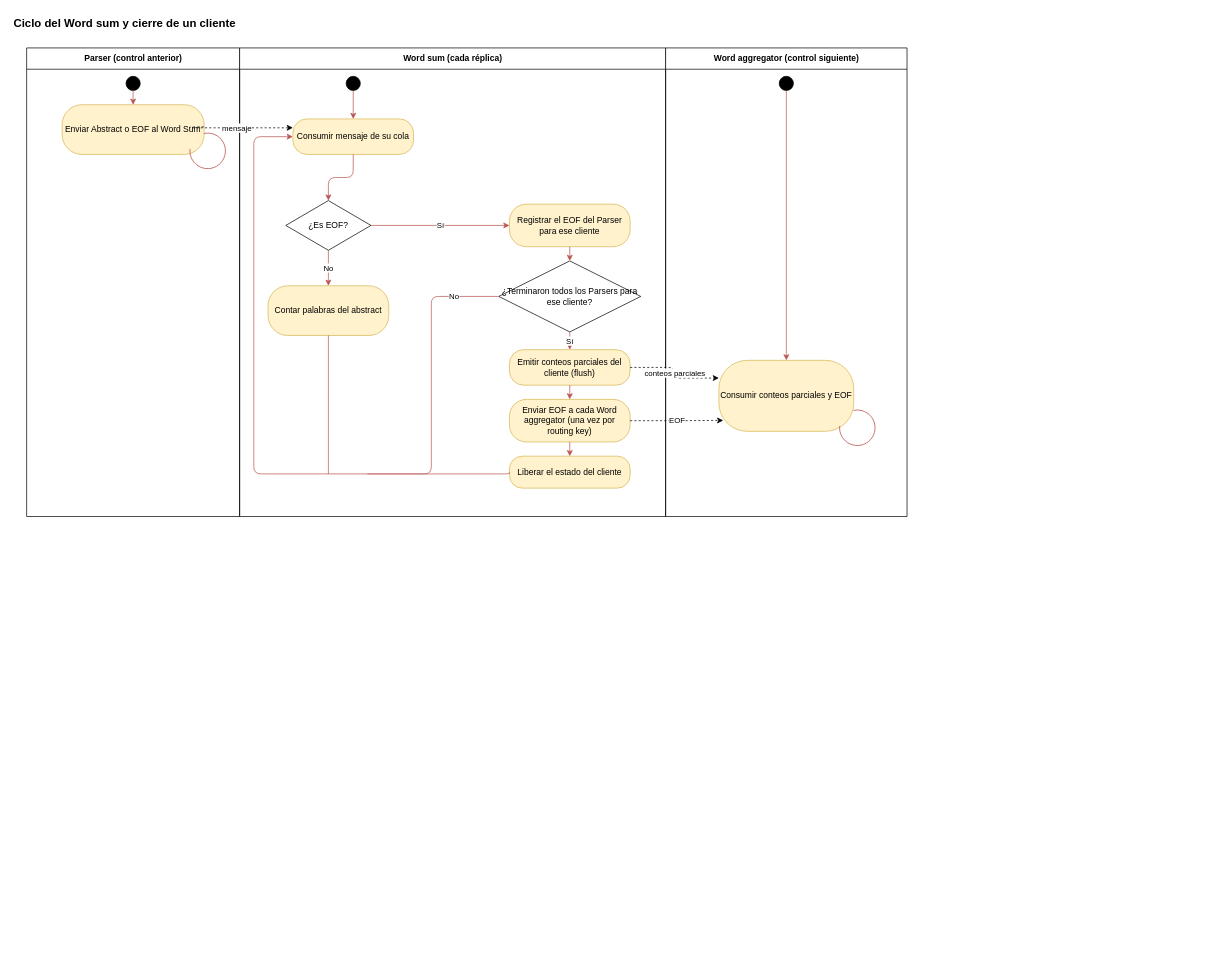
This is diseño/diagramas/actividades.drawio from LuccaMarino/tp-grupal_Distribuidos, a draw.io file, before an edit. Source tidied: cells renumbered, new cells numbered last; positions are measured from the earlier drawing's top-left corner, leaving out a move shared by most shapes. Both pictures are drawn from the tidied source at 71%, with x=0, y=0 at pixel (12, 12).
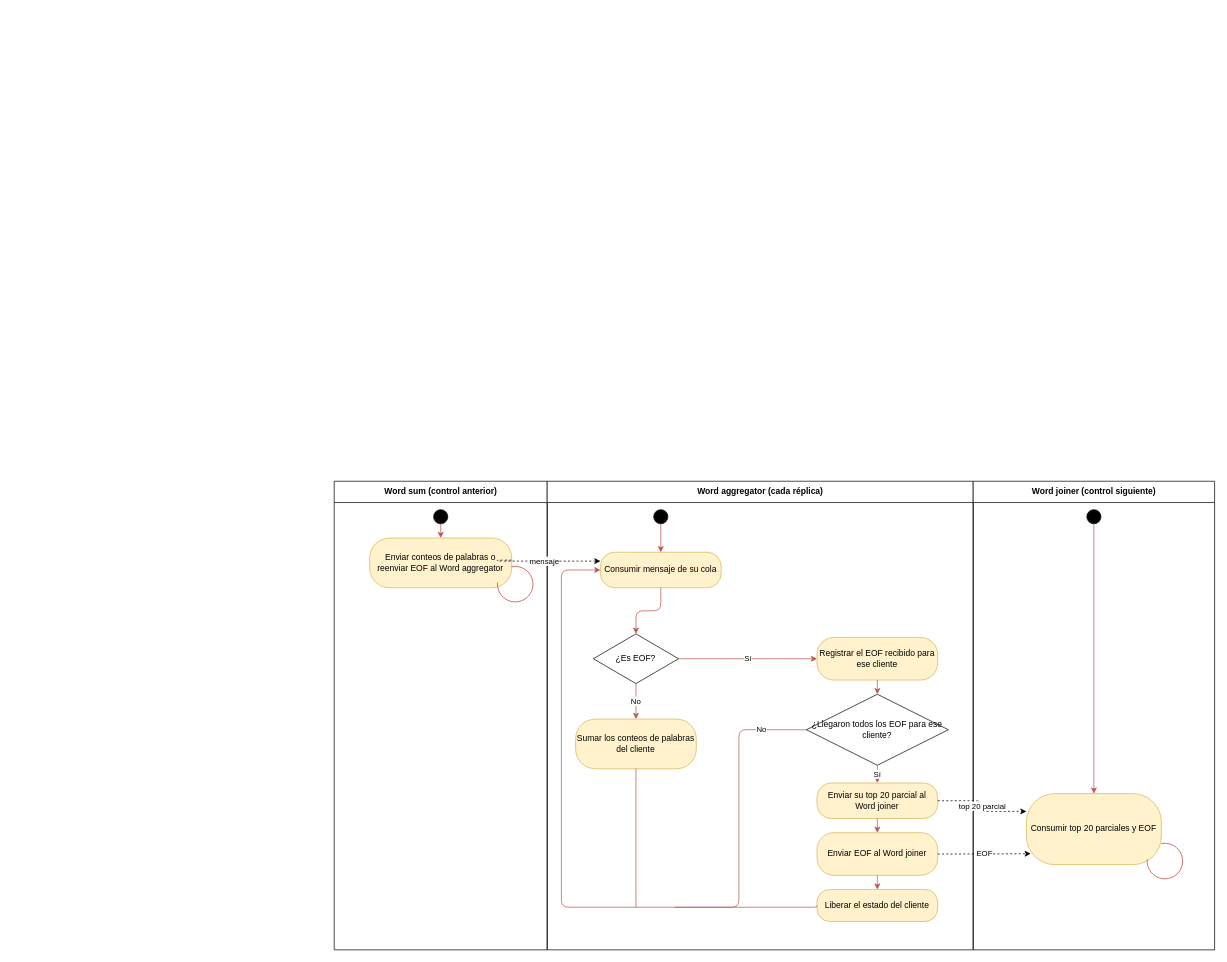
After the change.

Change to the diagram source:
```diff
@@
-    <mxCell id="2" value="Ciclo del Word sum y cierre de un cliente" style="text;html=1;align=left;verticalAlign=middle;fontSize=16;fontStyle=1;" parent="1" vertex="1">
-      <mxGeometry width="1000" height="30" as="geometry" />
-    </mxCell>
-    <mxCell id="3" value="Parser (control anterior)" style="swimlane;html=1;startSize=30;fontStyle=1;" parent="1" vertex="1">
-      <mxGeometry x="20" y="50" width="300" height="660" as="geometry" />
-    </mxCell>
+    <mxCell id="37" value="Word sum (control anterior)" style="swimlane;html=1;startSize=30;fontStyle=1;" parent="1" vertex="1">
+      <mxGeometry x="453.2" y="660.3" width="300" height="660" as="geometry" />
+    </mxCell>
-    <mxCell id="4" style="ellipse;fillColor=#000000;strokeColor=#000000;html=1;" parent="3" vertex="1">
+    <mxCell id="4" style="ellipse;fillColor=#000000;strokeColor=#000000;html=1;" parent="37" vertex="1">
       <mxGeometry x="140" y="40" width="20" height="20" as="geometry" />
     </mxCell>
-    <mxCell id="5" value="Enviar Abstract o EOF al Word Sum" style="rounded=1;arcSize=40;whiteSpace=wrap;html=1;fillColor=#fff2cc;strokeColor=#d6b656;" parent="3" vertex="1">
-      <mxGeometry x="50" y="80" width="200" height="70" as="geometry" />
-    </mxCell>
+    <mxCell id="38" value="Enviar conteos de palabras o reenviar EOF al Word aggregator" style="rounded=1;arcSize=40;whiteSpace=wrap;html=1;fillColor=#fff2cc;strokeColor=#d6b656;" parent="37" vertex="1">
+      <mxGeometry x="50" y="80" width="200" height="70" as="geometry" />
+    </mxCell>
-    <mxCell id="6" style="shape=mxgraph.basic.arc;html=1;startAngle=0.3;endAngle=0.1;endArrow=classic;endFill=1;rotation=-120;strokeColor=#b85450;" parent="3" vertex="1">
+    <mxCell id="6" style="shape=mxgraph.basic.arc;html=1;startAngle=0.3;endAngle=0.1;endArrow=classic;endFill=1;rotation=-120;strokeColor=#b85450;" parent="37" vertex="1">
       <mxGeometry x="230" y="120" width="50" height="50" as="geometry" />
     </mxCell>
-    <mxCell id="7" value="Word sum (cada réplica)" style="swimlane;html=1;startSize=30;fontStyle=1;" parent="1" vertex="1">
-      <mxGeometry x="320" y="50" width="600" height="660" as="geometry" />
-    </mxCell>
+    <mxCell id="39" value="Word aggregator (cada réplica)" style="swimlane;html=1;startSize=30;fontStyle=1;" parent="1" vertex="1">
+      <mxGeometry x="753.2" y="660.3" width="600" height="660" as="geometry" />
+    </mxCell>
-    <mxCell id="8" value="Consumir mensaje de su cola" style="rounded=1;arcSize=40;whiteSpace=wrap;html=1;fillColor=#fff2cc;strokeColor=#d6b656;" parent="7" vertex="1">
+    <mxCell id="8" value="Consumir mensaje de su cola" style="rounded=1;arcSize=40;whiteSpace=wrap;html=1;fillColor=#fff2cc;strokeColor=#d6b656;" parent="39" vertex="1">
       <mxGeometry x="75" y="100" width="170" height="50" as="geometry" />
     </mxCell>
-    <mxCell id="9" value="¿Es EOF?" style="rhombus;whiteSpace=wrap;html=1;fillColor=#ffffff;" parent="7" vertex="1">
+    <mxCell id="9" value="¿Es EOF?" style="rhombus;whiteSpace=wrap;html=1;fillColor=#ffffff;" parent="39" vertex="1">
       <mxGeometry x="65" y="215" width="120" height="70" as="geometry" />
     </mxCell>
-    <mxCell id="10" value="Contar palabras del abstract" style="rounded=1;arcSize=40;whiteSpace=wrap;html=1;fillColor=#fff2cc;strokeColor=#d6b656;" parent="7" vertex="1">
-      <mxGeometry x="40" y="335" width="170" height="70" as="geometry" />
-    </mxCell>
-    <mxCell id="11" value="Registrar el EOF del Parser para ese cliente" style="rounded=1;arcSize=40;whiteSpace=wrap;html=1;fillColor=#fff2cc;strokeColor=#d6b656;" parent="7" vertex="1">
-      <mxGeometry x="380" y="220" width="170" height="60" as="geometry" />
-    </mxCell>
-    <mxCell id="12" value="¿Terminaron todos los Parsers para ese cliente?" style="rhombus;whiteSpace=wrap;html=1;fillColor=#ffffff;" parent="7" vertex="1">
-      <mxGeometry x="365" y="300" width="200" height="100" as="geometry" />
-    </mxCell>
-    <mxCell id="13" value="Emitir conteos parciales del cliente (flush)" style="rounded=1;arcSize=40;whiteSpace=wrap;html=1;fillColor=#fff2cc;strokeColor=#d6b656;" parent="7" vertex="1">
-      <mxGeometry x="380" y="425" width="170" height="50" as="geometry" />
-    </mxCell>
-    <mxCell id="14" value="Enviar EOF a cada Word aggregator (una vez por routing key)" style="rounded=1;arcSize=40;whiteSpace=wrap;html=1;fillColor=#fff2cc;strokeColor=#d6b656;" parent="7" vertex="1">
-      <mxGeometry x="380" y="495" width="170" height="60" as="geometry" />
-    </mxCell>
+    <mxCell id="40" value="Sumar los conteos de palabras del cliente" style="rounded=1;arcSize=40;whiteSpace=wrap;html=1;fillColor=#fff2cc;strokeColor=#d6b656;" parent="39" vertex="1">
+      <mxGeometry x="40" y="335" width="170" height="70" as="geometry" />
+    </mxCell>
+    <mxCell id="41" value="Registrar el EOF recibido para ese cliente" style="rounded=1;arcSize=40;whiteSpace=wrap;html=1;fillColor=#fff2cc;strokeColor=#d6b656;" parent="39" vertex="1">
+      <mxGeometry x="380" y="220" width="170" height="60" as="geometry" />
+    </mxCell>
+    <mxCell id="42" value="¿Llegaron todos los EOF para ese cliente?" style="rhombus;whiteSpace=wrap;html=1;fillColor=#ffffff;" parent="39" vertex="1">
+      <mxGeometry x="365" y="300" width="200" height="100" as="geometry" />
+    </mxCell>
+    <mxCell id="43" value="Enviar su top 20 parcial al Word joiner" style="rounded=1;arcSize=40;whiteSpace=wrap;html=1;fillColor=#fff2cc;strokeColor=#d6b656;" parent="39" vertex="1">
+      <mxGeometry x="380" y="425" width="170" height="50" as="geometry" />
+    </mxCell>
+    <mxCell id="44" value="Enviar EOF al Word joiner" style="rounded=1;arcSize=40;whiteSpace=wrap;html=1;fillColor=#fff2cc;strokeColor=#d6b656;" parent="39" vertex="1">
+      <mxGeometry x="380" y="495" width="170" height="60" as="geometry" />
+    </mxCell>
-    <mxCell id="15" value="Liberar el estado del cliente" style="rounded=1;arcSize=40;whiteSpace=wrap;html=1;fillColor=#fff2cc;strokeColor=#d6b656;" parent="7" vertex="1">
+    <mxCell id="15" value="Liberar el estado del cliente" style="rounded=1;arcSize=40;whiteSpace=wrap;html=1;fillColor=#fff2cc;strokeColor=#d6b656;" parent="39" vertex="1">
       <mxGeometry x="380" y="575" width="170" height="45" as="geometry" />
     </mxCell>
-    <mxCell id="16" style="ellipse;fillColor=#000000;strokeColor=#000000;html=1;" parent="7" vertex="1">
+    <mxCell id="16" style="ellipse;fillColor=#000000;strokeColor=#000000;html=1;" parent="39" vertex="1">
       <mxGeometry x="150" y="40" width="20" height="20" as="geometry" />
     </mxCell>
-    <mxCell id="17" style="edgeStyle=orthogonalEdgeStyle;html=1;endArrow=classic;strokeColor=#b85450;exitX=0.5;exitY=1;exitDx=0;exitDy=0;entryX=0.5;entryY=0;entryDx=0;entryDy=0;" parent="7" edge="1" source="16" target="8">
+    <mxCell id="17" style="edgeStyle=orthogonalEdgeStyle;html=1;endArrow=classic;strokeColor=#b85450;exitX=0.5;exitY=1;exitDx=0;exitDy=0;entryX=0.5;entryY=0;entryDx=0;entryDy=0;" parent="39" edge="1" source="16" target="8">
       <mxGeometry x="0.68" relative="1" as="geometry" />
     </mxCell>
-    <mxCell id="18" style="edgeStyle=orthogonalEdgeStyle;html=1;endArrow=classic;strokeColor=#b85450;exitX=0;exitY=0.5;entryX=0;entryY=0.5;entryDx=0;entryDy=0;" parent="7" edge="1" source="15" target="8">
+    <mxCell id="18" style="edgeStyle=orthogonalEdgeStyle;html=1;endArrow=classic;strokeColor=#b85450;exitX=0;exitY=0.5;entryX=0;entryY=0.5;entryDx=0;entryDy=0;" parent="39" edge="1" source="15" target="8">
       <mxGeometry x="0.01" relative="1" as="geometry">
         <Array as="points">
           <mxPoint x="380" y="600" />
           <mxPoint x="20" y="600" />
           <mxPoint x="20" y="125" />
         </Array>
       </mxGeometry>
     </mxCell>
-    <mxCell id="19" value="Word aggregator (control siguiente)" style="swimlane;html=1;startSize=30;fontStyle=1;" parent="1" vertex="1">
-      <mxGeometry x="920" y="50" width="340" height="660" as="geometry" />
-    </mxCell>
-    <mxCell id="20" value="Consumir conteos parciales y EOF" style="rounded=1;arcSize=40;whiteSpace=wrap;html=1;fillColor=#fff2cc;strokeColor=#d6b656;" parent="19" vertex="1">
-      <mxGeometry x="75" y="440" width="190" height="100" as="geometry" />
-    </mxCell>
+    <mxCell id="45" value="Word joiner (control siguiente)" style="swimlane;html=1;startSize=30;fontStyle=1;" parent="1" vertex="1">
+      <mxGeometry x="1353.2" y="660.3" width="340" height="660" as="geometry" />
+    </mxCell>
+    <mxCell id="46" value="Consumir top 20 parciales y EOF" style="rounded=1;arcSize=40;whiteSpace=wrap;html=1;fillColor=#fff2cc;strokeColor=#d6b656;" parent="45" vertex="1">
+      <mxGeometry x="75" y="440" width="190" height="100" as="geometry" />
+    </mxCell>
-    <mxCell id="21" style="ellipse;fillColor=#000000;strokeColor=#000000;html=1;" parent="19" vertex="1">
+    <mxCell id="21" style="ellipse;fillColor=#000000;strokeColor=#000000;html=1;" parent="45" vertex="1">
       <mxGeometry x="160" y="40" width="20" height="20" as="geometry" />
     </mxCell>
-    <mxCell id="22" style="edgeStyle=orthogonalEdgeStyle;html=1;endArrow=classic;strokeColor=#b85450;exitX=0.5;exitY=1;exitDx=0;exitDy=0;entryX=0.5;entryY=0;entryDx=0;entryDy=0;" parent="19" edge="1" source="21" target="20">
-      <mxGeometry x="0.58" relative="1" as="geometry" />
-    </mxCell>
+    <mxCell id="47" style="edgeStyle=orthogonalEdgeStyle;html=1;endArrow=classic;strokeColor=#b85450;exitX=0.5;exitY=1;exitDx=0;exitDy=0;entryX=0.5;entryY=0;entryDx=0;entryDy=0;" parent="45" edge="1" source="21" target="46">
+      <mxGeometry x="0.58" relative="1" as="geometry" />
+    </mxCell>
-    <mxCell id="23" style="shape=mxgraph.basic.arc;html=1;startAngle=0.3;endAngle=0.1;endArrow=classic;endFill=1;rotation=-120;strokeColor=#b85450;" parent="19" vertex="1">
+    <mxCell id="23" style="shape=mxgraph.basic.arc;html=1;startAngle=0.3;endAngle=0.1;endArrow=classic;endFill=1;rotation=-120;strokeColor=#b85450;" parent="45" vertex="1">
       <mxGeometry x="245" y="510" width="50" height="50" as="geometry" />
     </mxCell>
-    <mxCell id="24" style="edgeStyle=orthogonalEdgeStyle;html=1;endArrow=classic;strokeColor=#b85450;" parent="1" edge="1" source="4" target="5">
-      <mxGeometry relative="1" as="geometry" />
-    </mxCell>
+    <mxCell id="48" style="edgeStyle=orthogonalEdgeStyle;html=1;endArrow=classic;strokeColor=#b85450;" parent="1" edge="1" source="4" target="38">
+      <mxGeometry relative="1" as="geometry" />
+    </mxCell>
@@
-    <mxCell id="26" value="No" style="edgeStyle=orthogonalEdgeStyle;html=1;endArrow=classic;strokeColor=#b85450;exitX=0.5;exitY=1;entryX=0.5;entryY=0;" parent="1" edge="1" source="9" target="10">
+    <mxCell id="26" value="No" style="edgeStyle=orthogonalEdgeStyle;html=1;endArrow=classic;strokeColor=#b85450;exitX=0.5;exitY=1;entryX=0.5;entryY=0;" parent="1" edge="1" source="9" target="40">
       <mxGeometry relative="1" as="geometry" />
     </mxCell>
-    <mxCell id="27" value="Sí" style="edgeStyle=orthogonalEdgeStyle;html=1;endArrow=classic;strokeColor=#b85450;exitX=1;exitY=0.5;entryX=0;entryY=0.5;" parent="1" edge="1" source="9" target="11">
+    <mxCell id="27" value="Sí" style="edgeStyle=orthogonalEdgeStyle;html=1;endArrow=classic;strokeColor=#b85450;exitX=1;exitY=0.5;entryX=0;entryY=0.5;" parent="1" edge="1" source="9" target="41">
       <mxGeometry relative="1" as="geometry" />
     </mxCell>
-    <mxCell id="28" style="edgeStyle=orthogonalEdgeStyle;html=1;endArrow=classic;strokeColor=#b85450;" parent="1" edge="1" source="11" target="12">
-      <mxGeometry relative="1" as="geometry" />
-    </mxCell>
+    <mxCell id="49" style="edgeStyle=orthogonalEdgeStyle;html=1;endArrow=classic;strokeColor=#b85450;" parent="1" edge="1" source="41" target="42">
+      <mxGeometry relative="1" as="geometry" />
+    </mxCell>
-    <mxCell id="29" value="Sí" style="edgeStyle=orthogonalEdgeStyle;html=1;endArrow=classic;strokeColor=#b85450;" parent="1" edge="1" source="12" target="13">
+    <mxCell id="29" value="Sí" style="edgeStyle=orthogonalEdgeStyle;html=1;endArrow=classic;strokeColor=#b85450;" parent="1" edge="1" source="42" target="43">
       <mxGeometry relative="1" as="geometry" />
     </mxCell>
-    <mxCell id="30" value="No" style="edgeStyle=orthogonalEdgeStyle;html=1;endArrow=none;strokeColor=#b85450;exitX=0;exitY=0.5;startArrow=none;startFill=0;endFill=0;" parent="1" edge="1" source="12">
+    <mxCell id="30" value="No" style="edgeStyle=orthogonalEdgeStyle;html=1;endArrow=none;strokeColor=#b85450;exitX=0;exitY=0.5;startArrow=none;startFill=0;endFill=0;" parent="1" edge="1" source="42">
       <mxGeometry x="-0.71" relative="1" as="geometry">
-        <mxPoint x="500" y="650" as="targetPoint" />
+        <mxPoint x="933.2" y="1260.3" as="targetPoint" />
         <Array as="points">
-          <mxPoint x="590" y="400" />
-          <mxPoint x="590" y="650" />
+          <mxPoint x="1023.2" y="1010.3" />
+          <mxPoint x="1023.2" y="1260.3" />
         </Array>
       </mxGeometry>
     </mxCell>
-    <mxCell id="31" style="edgeStyle=orthogonalEdgeStyle;html=1;endArrow=classic;strokeColor=#b85450;" parent="1" edge="1" source="13" target="14">
-      <mxGeometry relative="1" as="geometry" />
-    </mxCell>
-    <mxCell id="32" style="edgeStyle=orthogonalEdgeStyle;html=1;endArrow=classic;strokeColor=#b85450;" parent="1" edge="1" source="14" target="15">
-      <mxGeometry relative="1" as="geometry" />
-    </mxCell>
-    <mxCell id="33" style="edgeStyle=orthogonalEdgeStyle;html=1;endArrow=none;strokeColor=#b85450;endFill=0;" parent="1" edge="1" source="10">
-      <mxGeometry relative="1" as="geometry">
-        <mxPoint x="445" y="650" as="targetPoint" />
-      </mxGeometry>
-    </mxCell>
+    <mxCell id="50" style="edgeStyle=orthogonalEdgeStyle;html=1;endArrow=classic;strokeColor=#b85450;" parent="1" edge="1" source="43" target="44">
+      <mxGeometry relative="1" as="geometry" />
+    </mxCell>
+    <mxCell id="51" style="edgeStyle=orthogonalEdgeStyle;html=1;endArrow=classic;strokeColor=#b85450;" parent="1" edge="1" source="44" target="15">
+      <mxGeometry relative="1" as="geometry" />
+    </mxCell>
+    <mxCell id="52" style="edgeStyle=orthogonalEdgeStyle;html=1;endArrow=none;strokeColor=#b85450;endFill=0;" parent="1" edge="1" source="40">
+      <mxGeometry relative="1" as="geometry">
+        <mxPoint x="878.2" y="1260.3" as="targetPoint" />
+      </mxGeometry>
+    </mxCell>
-    <mxCell id="34" value="mensaje" style="edgeStyle=orthogonalEdgeStyle;html=1;endArrow=classic;dashed=1;exitX=0.998;exitY=0.445;entryX=0;entryY=0.25;entryDx=0;entryDy=0;exitDx=0;exitDy=0;exitPerimeter=0;" parent="1" edge="1" source="5" target="8">
+    <mxCell id="34" value="mensaje" style="edgeStyle=orthogonalEdgeStyle;html=1;endArrow=classic;dashed=1;exitX=0.998;exitY=0.445;entryX=0;entryY=0.25;entryDx=0;entryDy=0;exitDx=0;exitDy=0;exitPerimeter=0;" parent="1" edge="1" source="38" target="8">
       <mxGeometry x="0.05" relative="1" as="geometry">
         <Array as="points">
-          <mxPoint x="249.6" y="162.5" />
+          <mxPoint x="682.8" y="772.8" />
         </Array>
       </mxGeometry>
     </mxCell>
-    <mxCell id="35" value="conteos parciales" style="edgeStyle=orthogonalEdgeStyle;html=1;endArrow=classic;dashed=1;exitX=1;exitY=0.5;entryX=0;entryY=0.25;" parent="1" edge="1" source="13" target="20">
-      <mxGeometry relative="1" as="geometry" />
-    </mxCell>
+    <mxCell id="53" value="top 20 parcial" style="edgeStyle=orthogonalEdgeStyle;html=1;endArrow=classic;dashed=1;exitX=1;exitY=0.5;entryX=0;entryY=0.25;" parent="1" edge="1" source="43" target="46">
+      <mxGeometry relative="1" as="geometry" />
+    </mxCell>
-    <mxCell id="36" value="EOF" style="edgeStyle=orthogonalEdgeStyle;html=1;endArrow=classic;dashed=1;exitX=1;exitY=0.5;entryX=0.032;entryY=0.846;entryDx=0;entryDy=0;entryPerimeter=0;" parent="1" edge="1" source="14" target="20">
+    <mxCell id="36" value="EOF" style="edgeStyle=orthogonalEdgeStyle;html=1;endArrow=classic;dashed=1;exitX=1;exitY=0.5;entryX=0.032;entryY=0.846;entryDx=0;entryDy=0;entryPerimeter=0;" parent="1" edge="1" source="44" target="46">
       <mxGeometry relative="1" as="geometry" />
     </mxCell>
```
